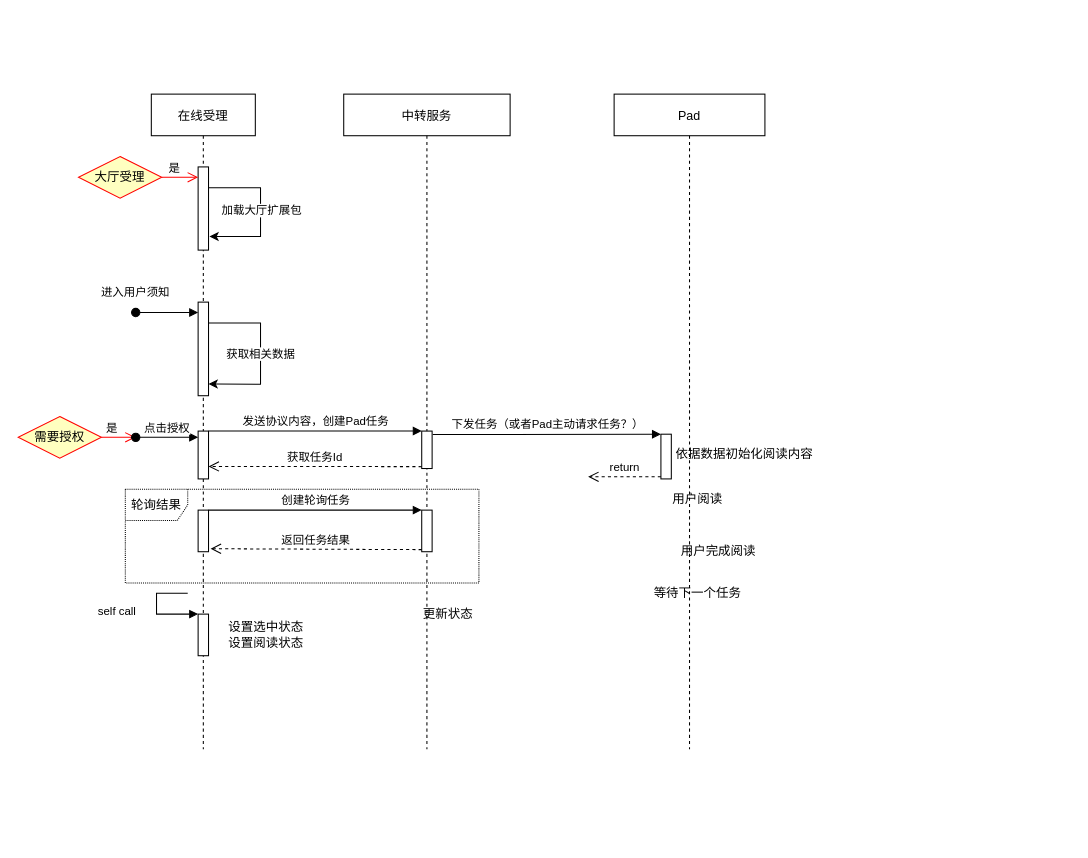
Above: sq.drawio in wsy5555621/diagrams (draw.io), before the change. Source tidied: cells renumbered, new cells numbered last; positions are measured from the earlier drawing's top-left corner, leaving out a move shared by most shapes. Both pictures are drawn from the tidied source at 104%, with x=0, y=0 at pixel (18, 94).
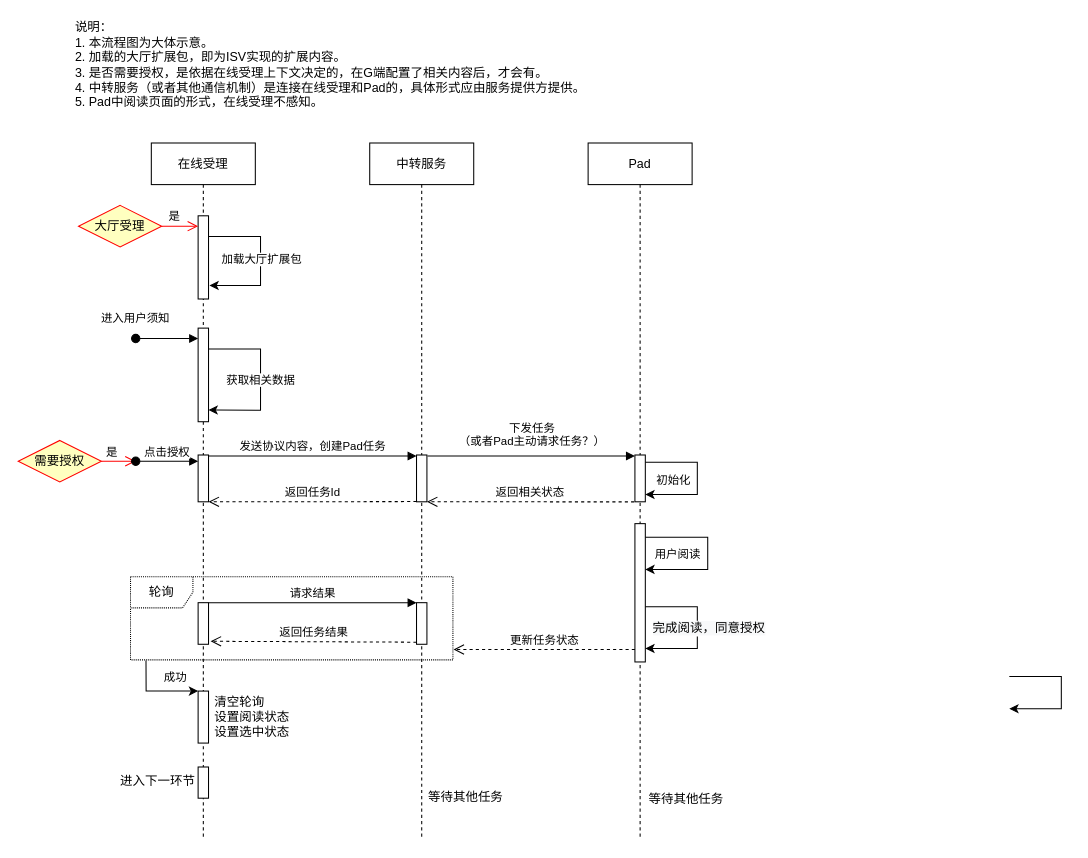
After the change.

The edit, as a diff of the source:
```diff
@@
     <mxCell id="2" value="在线受理" style="shape=umlLifeline;perimeter=lifelinePerimeter;rounded=0;shadow=0;strokeWidth=1;" parent="1" vertex="1">
-      <mxGeometry x="128" width="100" height="630" as="geometry" />
+      <mxGeometry x="128" y="47" width="100" height="670" as="geometry" />
     </mxCell>
     <mxCell id="3" style="points=[];perimeter=orthogonalPerimeter;rounded=0;shadow=0;strokeWidth=1;" parent="2" vertex="1">
-      <mxGeometry x="45" y="200" width="10" height="90" as="geometry" />
+      <mxGeometry x="45" y="178" width="10" height="90" as="geometry" />
     </mxCell>
     <mxCell id="4" value="进入用户须知" style="verticalAlign=bottom;startArrow=oval;endArrow=block;startSize=8;shadow=0;strokeWidth=1;" parent="2" edge="1" target="3">
       <mxGeometry x="-1" y="10" relative="1" as="geometry">
-        <mxPoint x="-15" y="210" as="sourcePoint" />
+        <mxPoint x="-15" y="188" as="sourcePoint" />
       </mxGeometry>
     </mxCell>
@@
     <mxCell id="8" value="获取相关数据" style="endArrow=classic;html=1;rounded=0;entryX=1;entryY=0.875;entryDx=0;entryDy=0;entryPerimeter=0;" parent="2" edge="1" target="3">
       <mxGeometry relative="1" as="geometry">
-        <mxPoint x="55" y="220" as="sourcePoint" />
+        <mxPoint x="55" y="198" as="sourcePoint" />
         <Array as="points">
-          <mxPoint x="105" y="220" />
-          <mxPoint x="105" y="279" />
+          <mxPoint x="105" y="198" />
+          <mxPoint x="105" y="257" />
         </Array>
       </mxGeometry>
     </mxCell>
     <mxCell id="9" style="html=1;points=[];perimeter=orthogonalPerimeter;" parent="2" vertex="1">
-      <mxGeometry x="45" y="324" width="10" height="46" as="geometry" />
+      <mxGeometry x="45" y="300" width="10" height="45" as="geometry" />
     </mxCell>
-    <mxCell id="10" style="html=1;points=[];perimeter=orthogonalPerimeter;" parent="2" vertex="1">
-      <mxGeometry x="45" y="400" width="10" height="40" as="geometry" />
-    </mxCell>
     <mxCell id="11" style="html=1;perimeter=orthogonalPerimeter;" parent="2" vertex="1">
-      <mxGeometry x="45" y="500" width="10" height="40" as="geometry" />
+      <mxGeometry x="45" y="527" width="10" height="50" as="geometry" />
     </mxCell>
-    <mxCell id="12" value="self call" style="edgeStyle=orthogonalEdgeStyle;html=1;align=left;spacingLeft=2;endArrow=block;rounded=0;" parent="2" edge="1">
-      <mxGeometry x="0.05" y="-60" relative="1" as="geometry">
-        <mxPoint x="35" y="480" as="sourcePoint" />
-        <mxPoint x="45" y="500" as="targetPoint" />
-        <Array as="points">
-          <mxPoint x="5" y="480" />
-          <mxPoint x="5" y="500" />
-        </Array>
-      </mxGeometry>
-    </mxCell>
+    <mxCell id="36" style="html=1;perimeter=orthogonalPerimeter;" parent="2" vertex="1">
+      <mxGeometry x="45" y="600" width="10" height="30" as="geometry" />
+    </mxCell>
     <mxCell id="13" value="Pad" style="shape=umlLifeline;perimeter=lifelinePerimeter;rounded=0;shadow=0;strokeWidth=1;" parent="1" vertex="1">
-      <mxGeometry x="573" width="145" height="630" as="geometry" />
+      <mxGeometry x="548" y="47" width="100" height="670" as="geometry" />
     </mxCell>
     <mxCell id="14" style="html=1;points=[];perimeter=orthogonalPerimeter;" parent="13" vertex="1">
-      <mxGeometry x="45" y="327" width="10" height="43" as="geometry" />
+      <mxGeometry x="45" y="300" width="10" height="45" as="geometry" />
     </mxCell>
-    <mxCell id="15" value="return" style="html=1;verticalAlign=bottom;endArrow=open;dashed=1;endSize=8;exitX=0;exitY=0.95;rounded=0;" parent="13" edge="1" source="14">
-      <mxGeometry relative="1" as="geometry">
-        <mxPoint x="-25" y="368" as="targetPoint" />
-      </mxGeometry>
-    </mxCell>
-    <mxCell id="16" value="用户完成阅读" style="text;html=1;align=center;verticalAlign=middle;strokeColor=none;fillColor=none;" parent="13" vertex="1">
-      <mxGeometry x="55" y="430" width="90" height="20" as="geometry" />
-    </mxCell>
+    <mxCell id="37" style="html=1;perimeter=orthogonalPerimeter;" parent="13" vertex="1">
+      <mxGeometry x="45" y="366" width="10" height="133" as="geometry" />
+    </mxCell>
+    <mxCell id="38" style="endArrow=classic;html=1;rounded=0;" parent="13" edge="1">
+      <mxGeometry relative="1" as="geometry">
+        <mxPoint x="55" y="446" as="sourcePoint" />
+        <mxPoint x="55" y="486" as="targetPoint" />
+        <Array as="points">
+          <mxPoint x="105" y="446" />
+          <mxPoint x="105" y="486" />
+        </Array>
+      </mxGeometry>
+    </mxCell>
+    <mxCell id="39" value="&lt;span style=&quot;font-size: 12px ; background-color: rgb(248 , 249 , 250)&quot;&gt;完成阅读，同意授权&lt;/span&gt;" style="edgeLabel;html=1;align=center;verticalAlign=middle;" parent="38" vertex="1">
+      <mxGeometry x="-0.07" relative="1" as="geometry">
+        <mxPoint x="10" y="5" as="offset" />
+      </mxGeometry>
+    </mxCell>
+    <mxCell id="40" style="endArrow=classic;html=1;rounded=0;" parent="13" edge="1">
+      <mxGeometry relative="1" as="geometry">
+        <mxPoint x="55" y="379" as="sourcePoint" />
+        <mxPoint x="55" y="410" as="targetPoint" />
+        <Array as="points">
+          <mxPoint x="115" y="379" />
+          <mxPoint x="115" y="410" />
+        </Array>
+      </mxGeometry>
+    </mxCell>
+    <mxCell id="33" value="用户阅读" style="edgeLabel;html=1;align=center;verticalAlign=middle;" parent="40" vertex="1">
+      <mxGeometry x="0.01" relative="1" as="geometry">
+        <mxPoint x="-30" as="offset" />
+      </mxGeometry>
+    </mxCell>
+    <mxCell id="41" style="endArrow=classic;html=1;rounded=0;" parent="13" edge="1">
+      <mxGeometry relative="1" as="geometry">
+        <mxPoint x="55" y="307" as="sourcePoint" />
+        <mxPoint x="55" y="338" as="targetPoint" />
+        <Array as="points">
+          <mxPoint x="105" y="307" />
+          <mxPoint x="105" y="338" />
+        </Array>
+      </mxGeometry>
+    </mxCell>
+    <mxCell id="42" value="初始化" style="edgeLabel;html=1;align=center;verticalAlign=middle;" parent="41" vertex="1">
+      <mxGeometry x="0.05" y="3" relative="1" as="geometry">
+        <mxPoint x="-27" y="-3" as="offset" />
+      </mxGeometry>
+    </mxCell>
     <mxCell id="17" value="中转服务" style="shape=umlLifeline;perimeter=lifelinePerimeter;rounded=0;shadow=0;strokeWidth=1;" parent="1" vertex="1">
-      <mxGeometry x="313" width="160" height="630" as="geometry" />
+      <mxGeometry x="338" y="47" width="100" height="670" as="geometry" />
     </mxCell>
     <mxCell id="18" style="html=1;points=[];perimeter=orthogonalPerimeter;" parent="17" vertex="1">
-      <mxGeometry x="75" y="324" width="10" height="36" as="geometry" />
+      <mxGeometry x="45" y="300" width="10" height="45" as="geometry" />
     </mxCell>
     <mxCell id="19" style="html=1;points=[];perimeter=orthogonalPerimeter;" parent="17" vertex="1">
-      <mxGeometry x="75" y="400" width="10" height="40" as="geometry" />
+      <mxGeometry x="45" y="442" width="10" height="40" as="geometry" />
     </mxCell>
-    <mxCell id="20" value="轮询结果" style="shape=umlFrame;whiteSpace=wrap;html=1;dashed=1;dashPattern=1 1;" parent="17" vertex="1">
-      <mxGeometry x="-210" y="380" width="340" height="90" as="geometry" />
+    <mxCell id="20" value="轮询" style="shape=umlFrame;whiteSpace=wrap;html=1;dashed=1;dashPattern=1 1;" parent="17" vertex="1">
+      <mxGeometry x="-230" y="417" width="310" height="80" as="geometry" />
     </mxCell>
     <mxCell id="21" value="大厅受理" style="rhombus;whiteSpace=wrap;html=1;fillColor=#ffffc0;strokeColor=#ff0000;" parent="1" vertex="1">
-      <mxGeometry x="58" y="60" width="80" height="40" as="geometry" />
+      <mxGeometry x="58" y="107" width="80" height="40" as="geometry" />
     </mxCell>
     <mxCell id="22" value="是" style="edgeStyle=orthogonalEdgeStyle;html=1;align=left;verticalAlign=bottom;endArrow=open;endSize=8;strokeColor=#ff0000;rounded=0;" parent="1" edge="1" source="21">
       <mxGeometry x="-0.71" relative="1" as="geometry">
-        <mxPoint x="173" y="80" as="targetPoint" />
+        <mxPoint x="173" y="127" as="targetPoint" />
       </mxGeometry>
     </mxCell>
     <mxCell id="23" value="需要授权" style="rhombus;whiteSpace=wrap;html=1;fillColor=#ffffc0;strokeColor=#ff0000;" parent="1" vertex="1">
-      <mxGeometry y="310" width="80" height="40" as="geometry" />
+      <mxGeometry y="333" width="80" height="40" as="geometry" />
     </mxCell>
     <mxCell id="24" value="是" style="edgeStyle=orthogonalEdgeStyle;html=1;align=left;verticalAlign=bottom;endArrow=open;endSize=8;strokeColor=#ff0000;rounded=0;" parent="1" edge="1" source="23">
       <mxGeometry x="-0.82" relative="1" as="geometry">
-        <mxPoint x="113" y="330" as="targetPoint" />
+        <mxPoint x="113" y="353" as="targetPoint" />
       </mxGeometry>
     </mxCell>
     <mxCell id="25" value="点击授权" style="html=1;verticalAlign=bottom;startArrow=oval;startFill=1;endArrow=block;startSize=8;rounded=0;" parent="1" edge="1">
       <mxGeometry relative="1" as="geometry">
-        <mxPoint x="113" y="330" as="sourcePoint" />
-        <mxPoint x="173" y="330" as="targetPoint" />
+        <mxPoint x="113" y="353" as="sourcePoint" />
+        <mxPoint x="173" y="353" as="targetPoint" />
       </mxGeometry>
     </mxCell>
-    <mxCell id="26" value="发送协议内容，创建Pad任务" style="html=1;verticalAlign=bottom;endArrow=block;entryX=0;entryY=0;rounded=0;" parent="1" edge="1" source="9" target="18">
-      <mxGeometry relative="1" as="geometry" />
+    <mxCell id="26" value="发送协议内容，创建Pad任务" style="html=1;verticalAlign=bottom;endArrow=block;entryX=0;entryY=0;rounded=0;" parent="1" edge="1">
+      <mxGeometry relative="1" as="geometry">
+        <mxPoint x="183" y="348" as="sourcePoint" />
+        <mxPoint x="383" y="348" as="targetPoint" />
+      </mxGeometry>
     </mxCell>
-    <mxCell id="27" value="获取任务Id" style="html=1;verticalAlign=bottom;endArrow=open;dashed=1;endSize=8;exitX=0;exitY=0.95;rounded=0;" parent="1" edge="1" source="18">
+    <mxCell id="27" value="返回任务Id" style="html=1;verticalAlign=bottom;endArrow=open;dashed=1;endSize=8;exitX=0;exitY=0.95;rounded=0;startSize=8;" parent="1" edge="1">
       <mxGeometry relative="1" as="geometry">
-        <mxPoint x="183" y="358" as="targetPoint" />
+        <mxPoint x="383" y="391.8" as="sourcePoint" />
+        <mxPoint x="183" y="392" as="targetPoint" />
       </mxGeometry>
     </mxCell>
+    <mxCell id="32" value="下发任务&lt;br&gt;（或者Pad主动请求任务？）" style="html=1;verticalAlign=bottom;endArrow=block;rounded=0;exitX=1.06;exitY=0.094;exitDx=0;exitDy=0;exitPerimeter=0;" parent="1" edge="1">
+      <mxGeometry y="5" relative="1" as="geometry">
+        <mxPoint x="393.6" y="348" as="sourcePoint" />
+        <mxPoint x="593" y="348" as="targetPoint" />
+      </mxGeometry>
+    </mxCell>
+    <mxCell id="34" value="清空轮询&lt;br&gt;设置阅读状态&lt;br&gt;设置选中状态" style="text;html=1;align=left;verticalAlign=middle;strokeColor=none;fillColor=none;horizontal=1;" parent="1" vertex="1">
+      <mxGeometry x="187" y="574" width="90" height="50" as="geometry" />
+    </mxCell>
+    <mxCell id="43" style="endArrow=classic;html=1;rounded=0;" parent="1" edge="1">
+      <mxGeometry relative="1" as="geometry">
+        <mxPoint x="953" y="560" as="sourcePoint" />
+        <mxPoint x="953" y="591" as="targetPoint" />
+        <Array as="points">
+          <mxPoint x="1003" y="560" />
+          <mxPoint x="1003" y="591" />
+        </Array>
+      </mxGeometry>
+    </mxCell>
+    <mxCell id="44" value="更新任务状态" style="html=1;verticalAlign=bottom;endArrow=open;dashed=1;endSize=8;rounded=0;entryX=1.002;entryY=0.888;entryDx=0;entryDy=0;entryPerimeter=0;" parent="1" edge="1">
+      <mxGeometry relative="1" as="geometry">
+        <mxPoint x="593" y="534" as="sourcePoint" />
+        <mxPoint x="418.6" y="534" as="targetPoint" />
+      </mxGeometry>
+    </mxCell>
+    <mxCell id="10" style="html=1;points=[];perimeter=orthogonalPerimeter;" parent="1" vertex="1">
+      <mxGeometry x="173" y="489" width="10" height="40" as="geometry" />
+    </mxCell>
-    <mxCell id="28" value="创建轮询任务" style="html=1;verticalAlign=bottom;endArrow=block;entryX=0;entryY=0;rounded=0;" parent="1" edge="1" target="19">
+    <mxCell id="28" value="请求结果" style="html=1;verticalAlign=bottom;endArrow=block;entryX=0;entryY=0;rounded=0;" parent="1" edge="1" target="19">
       <mxGeometry relative="1" as="geometry">
-        <mxPoint x="183" y="400" as="sourcePoint" />
+        <mxPoint x="183" y="489" as="sourcePoint" />
       </mxGeometry>
     </mxCell>
@@
-    <mxCell id="30" value="依据数据初始化阅读内容" style="text;html=1;align=center;verticalAlign=middle;strokeColor=none;fillColor=none;" parent="1" vertex="1">
-      <mxGeometry x="623" y="336" width="150" height="20" as="geometry" />
-    </mxCell>
-    <mxCell id="31" value="等待下一个任务" style="text;html=1;align=center;verticalAlign=middle;strokeColor=none;fillColor=none;" parent="1" vertex="1">
-      <mxGeometry x="603" y="470" width="100" height="20" as="geometry" />
-    </mxCell>
-    <mxCell id="32" value="下发任务（或者Pad主动请求任务？）" style="html=1;verticalAlign=bottom;endArrow=block;entryX=0;entryY=0;rounded=0;exitX=1.06;exitY=0.094;exitDx=0;exitDy=0;exitPerimeter=0;" parent="1" edge="1" source="18" target="14">
-      <mxGeometry relative="1" as="geometry" />
-    </mxCell>
-    <mxCell id="33" value="用户阅读" style="text;html=1;align=center;verticalAlign=middle;strokeColor=none;fillColor=none;" parent="1" vertex="1">
-      <mxGeometry x="623" y="380" width="60" height="20" as="geometry" />
-    </mxCell>
-    <mxCell id="34" value="设置选中状态&lt;br&gt;设置阅读状态" style="text;html=1;align=center;verticalAlign=middle;strokeColor=none;fillColor=none;" parent="1" vertex="1">
-      <mxGeometry x="193" y="505" width="90" height="30" as="geometry" />
-    </mxCell>
-    <mxCell id="35" value="更新状态" style="text;html=1;align=center;verticalAlign=middle;strokeColor=none;fillColor=none;" parent="1" vertex="1">
-      <mxGeometry x="383" y="490" width="60" height="20" as="geometry" />
-    </mxCell>
+    <mxCell id="15" value="返回相关状态" style="html=1;verticalAlign=bottom;endArrow=open;dashed=1;endSize=8;exitX=-0.071;exitY=1.002;rounded=0;startSize=8;entryX=1;entryY=1;entryDx=0;entryDy=0;entryPerimeter=0;exitDx=0;exitDy=0;exitPerimeter=0;" parent="1" edge="1" source="14" target="18">
+      <mxGeometry relative="1" as="geometry" />
+    </mxCell>
+    <mxCell id="45" style="endArrow=classic;html=1;rounded=0;startSize=8;exitX=0.048;exitY=1.007;exitDx=0;exitDy=0;exitPerimeter=0;" parent="1" edge="1" source="20">
+      <mxGeometry relative="1" as="geometry">
+        <mxPoint x="173" y="574" as="targetPoint" />
+        <Array as="points">
+          <mxPoint x="123" y="574" />
+        </Array>
+      </mxGeometry>
+    </mxCell>
+    <mxCell id="46" value="成功" style="edgeLabel;html=1;align=center;verticalAlign=middle;" parent="45" vertex="1">
+      <mxGeometry x="0.08" y="2" relative="1" as="geometry">
+        <mxPoint x="14" y="-12" as="offset" />
+      </mxGeometry>
+    </mxCell>
+    <mxCell id="47" value="等待其他任务" style="text;html=1;align=center;verticalAlign=middle;strokeColor=none;fillColor=none;" parent="1" vertex="1">
+      <mxGeometry x="385" y="666" width="90" height="20" as="geometry" />
+    </mxCell>
+    <mxCell id="48" value="等待其他任务" style="text;html=1;align=center;verticalAlign=middle;strokeColor=none;fillColor=none;" parent="1" vertex="1">
+      <mxGeometry x="597" y="668" width="90" height="20" as="geometry" />
+    </mxCell>
+    <mxCell id="49" value="进入下一环节" style="text;html=1;align=center;verticalAlign=middle;strokeColor=none;fillColor=none;" parent="1" vertex="1">
+      <mxGeometry x="89" y="651" width="90" height="20" as="geometry" />
+    </mxCell>
+    <mxCell id="50" value="说明：&lt;br&gt;1. 本流程图为大体示意。&lt;br&gt;2. 加载的大厅扩展包，即为ISV实现的扩展内容。&lt;br&gt;3. 是否需要授权，是依据在线受理上下文决定的，在G端配置了相关内容后，才会有。&lt;br&gt;4. 中转服务（或者其他通信机制）是连接在线受理和Pad的，具体形式应由服务提供方提供。&lt;br&gt;5. Pad中阅读页面的形式，在线受理不感知。" style="text;html=1;align=left;verticalAlign=middle;strokeColor=none;fillColor=none;" parent="1" vertex="1">
+      <mxGeometry x="53" y="-73" width="510" height="90" as="geometry" />
+    </mxCell>
```
